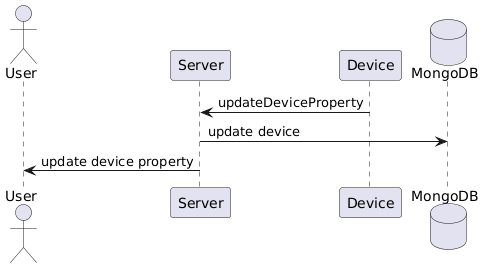
Earlier version of the PlantUML export diagrams/generated/device_properties.png (DomoticASW/.github). Its diagram source:
```plantuml
@startuml device_properties

actor User as user
participant Server as server
participant Device as device
database MongoDB as mongo

device -> server: updateDeviceProperty
server -> mongo: update device
server -> user: update device property

@enduml
```
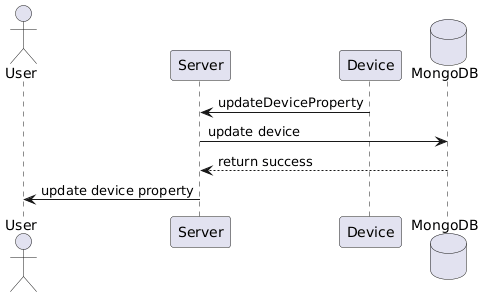
The same diagram one commit later.

Diff of the diagram source:
```diff
@@ -7,6 +7,7 @@
 
 device -> server: updateDeviceProperty
 server -> mongo: update device
+mongo --> server: return success
 server -> user: update device property
 
 @enduml
```
